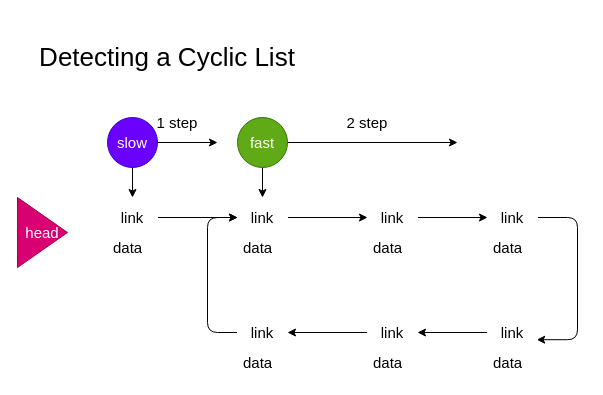
This is linked_lists/CLL/cyclic.drawio from BradleyGilden/DSA-Practice, a draw.io file, before an edit. Source tidied: cells renumbered, new cells numbered last; positions are measured from the earlier drawing's top-left corner, leaving out a move shared by most shapes. Both pictures are drawn from the tidied source at 100%, with x=0, y=0 at pixel (17, 17).
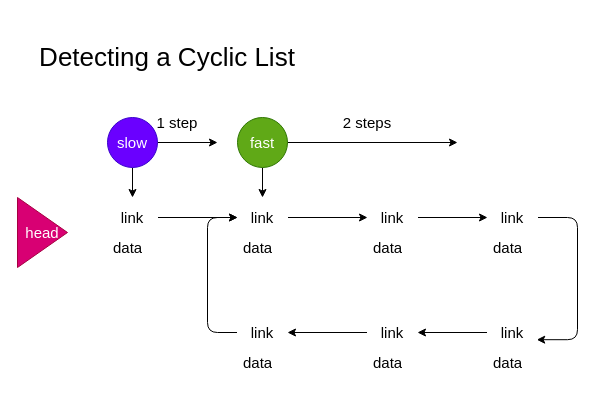
The same diagram, later.

What changed in the source:
```diff
@@
-    <mxCell id="10" value="2 step" style="text;strokeColor=none;align=center;fillColor=none;html=1;verticalAlign=middle;whiteSpace=wrap;rounded=0;labelBackgroundColor=none;strokeWidth=1;fontSize=15;" parent="1" vertex="1">
+    <mxCell id="10" value="2 steps" style="text;strokeColor=none;align=center;fillColor=none;html=1;verticalAlign=middle;whiteSpace=wrap;rounded=0;labelBackgroundColor=none;strokeWidth=1;fontSize=15;" parent="1" vertex="1">
       <mxGeometry x="320" y="90" width="60" height="30" as="geometry" />
     </mxCell>
```
